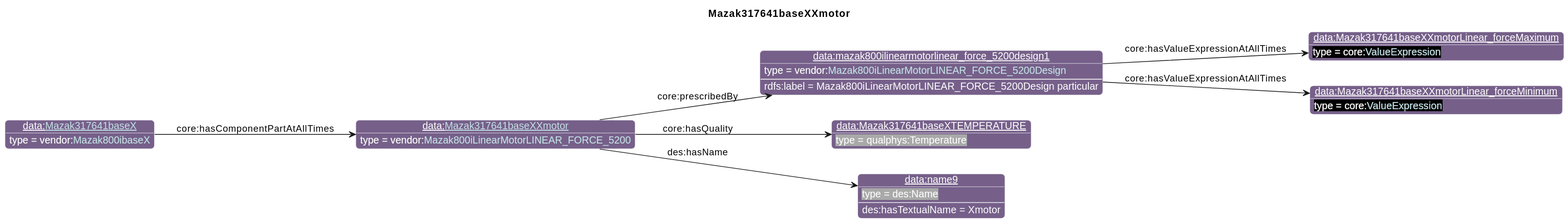
iofoundry/example-syseng-mtconnect keeps this PlantUML diagram as diagrams/Mazak317641baseXXmotor.svg. Above is the earlier version.
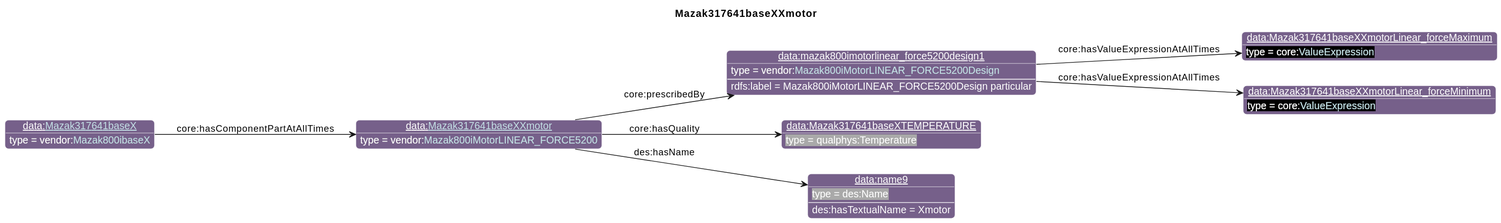
The same diagram one commit later.

What changed in the source:
```diff
@@ -25,15 +25,15 @@
                       "cmns-dsg":"3A0519",
                       "qp":"641B2E"
       }
-individual(o0, data:[[./Mazak317641baseXXmotor.html Mazak317641baseXXmotor]], vendor:[[../Mazak.html#Mazak800iLinearMotorLINEAR_FORCE_5200 Mazak800iLinearMotorLINEAR_FORCE_5200]])
-individual(o1, data:mazak800ilinearmotorlinear_force_5200design1, vendor:[[../Mazak.html#Mazak800iLinearMotorLINEAR_FORCE_5200Design Mazak800iLinearMotorLINEAR_FORCE_5200Design]])
+individual(o0, data:[[./Mazak317641baseXXmotor.html Mazak317641baseXXmotor]], vendor:[[../Mazak.html#Mazak800iMotorLINEAR_FORCE5200 Mazak800iMotorLINEAR_FORCE5200]])
+individual(o1, data:mazak800imotorlinear_force5200design1, vendor:[[../Mazak.html#Mazak800iMotorLINEAR_FORCE5200Design Mazak800iMotorLINEAR_FORCE5200Design]])
 individual(o2, data:Mazak317641baseXXmotorLinear_forceMaximum, core:[[https://spec.industrialontologies.org/ontology/core/Core/ValueExpression ValueExpression]])
 individual(o3, data:Mazak317641baseXXmotorLinear_forceMinimum, core:[[https://spec.industrialontologies.org/ontology/core/Core/ValueExpression ValueExpression]])
 individual(o4, data:Mazak317641baseXTEMPERATURE, qualphys:Temperature)
 individual(o5, data:name9, des:Name)
 individual(o6, data:[[./Mazak317641baseX.html Mazak317641baseX]], vendor:[[../Mazak.html#Mazak800ibaseX Mazak800ibaseX]])
 property(o0, "core:prescribedBy", o1)
-data(o1, "rdfs:label", "Mazak800iLinearMotorLINEAR_FORCE_5200Design particular")
+data(o1, "rdfs:label", "Mazak800iMotorLINEAR_FORCE5200Design particular")
 property(o1, "core:hasValueExpressionAtAllTimes", o2)
 property(o1, "core:hasValueExpressionAtAllTimes", o3)
 property(o0, "core:hasQuality", o4)
```
